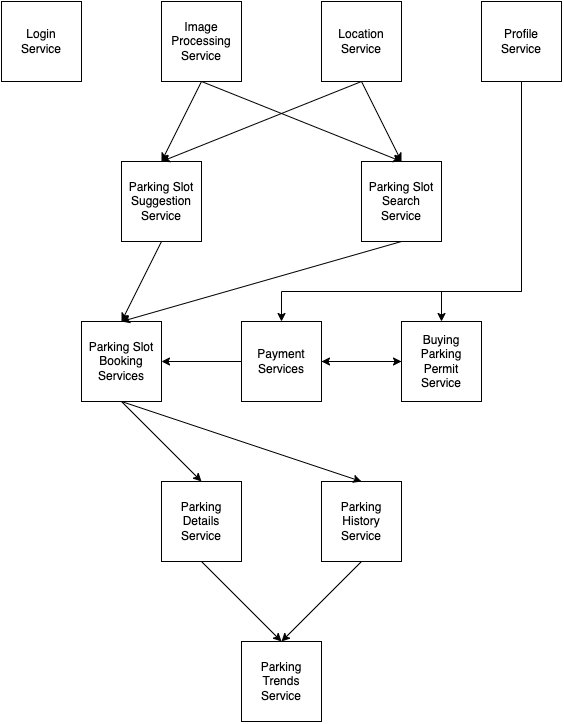
Above: images/project-2/Dependencies.png in vraghavi/mousai (draw.io), before the change. Source tidied: cells renumbered, new cells last; positions are measured from the earlier drawing's top-left corner, leaving out a move shared by most shapes.
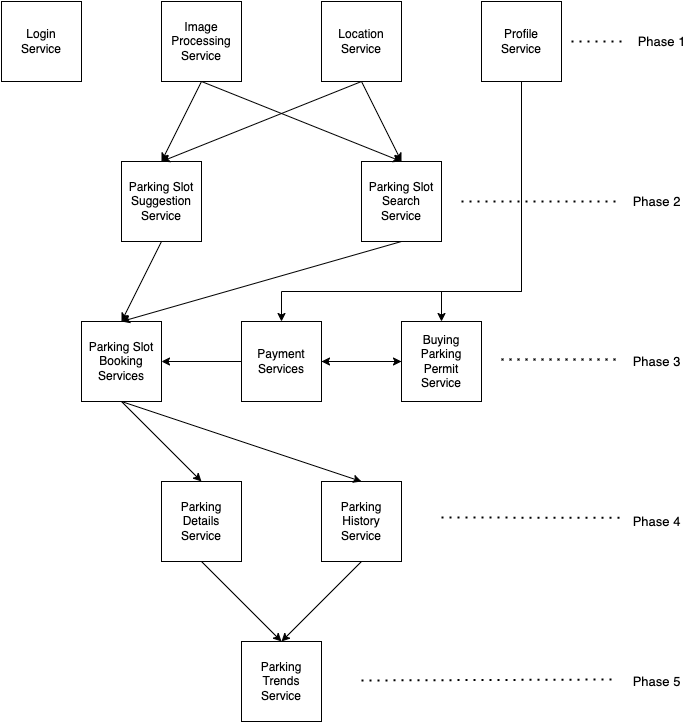
The same diagram one commit later.

What changed in the source:
```diff
@@ -107,5 +107,45 @@
         <mxPoint x="280" y="640" as="targetPoint" />
       </mxGeometry>
     </mxCell>
+    <mxCell id="29" value="&lt;font style=&quot;font-size: 13px;&quot;&gt;Phase 1&lt;/font&gt;" style="text;html=1;align=center;verticalAlign=middle;points=[];strokeColor=none;fillColor=none;" parent="1" vertex="1">
+      <mxGeometry x="625" y="25" width="70" height="30" as="geometry" />
+    </mxCell>
+    <mxCell id="30" value="Phase 2" style="text;html=1;align=center;verticalAlign=middle;points=[];strokeColor=none;fillColor=none;fontSize=13;" parent="1" vertex="1">
+      <mxGeometry x="620" y="185" width="70" height="30" as="geometry" />
+    </mxCell>
+    <mxCell id="31" value="Phase 3" style="text;html=1;align=center;verticalAlign=middle;points=[];strokeColor=none;fillColor=none;fontSize=13;" parent="1" vertex="1">
+      <mxGeometry x="620" y="345" width="70" height="30" as="geometry" />
+    </mxCell>
+    <mxCell id="32" value="Phase 4" style="text;html=1;align=center;verticalAlign=middle;points=[];strokeColor=none;fillColor=none;fontSize=13;" parent="1" vertex="1">
+      <mxGeometry x="620" y="505" width="70" height="30" as="geometry" />
+    </mxCell>
+    <mxCell id="33" value="Phase 5" style="text;html=1;align=center;verticalAlign=middle;points=[];strokeColor=none;fillColor=none;fontSize=13;" parent="1" vertex="1">
+      <mxGeometry x="620" y="665" width="70" height="30" as="geometry" />
+    </mxCell>
+    <mxCell id="34" style="endArrow=none;dashed=1;html=1;dashPattern=1 3;strokeWidth=2;rounded=0;" parent="1" edge="1" target="29">
+      <mxGeometry relative="1" as="geometry">
+        <mxPoint x="570" y="40" as="sourcePoint" />
+      </mxGeometry>
+    </mxCell>
+    <mxCell id="35" style="endArrow=none;dashed=1;html=1;dashPattern=1 3;strokeWidth=2;rounded=0;" parent="1" edge="1" target="30">
+      <mxGeometry relative="1" as="geometry">
+        <mxPoint x="460" y="200" as="sourcePoint" />
+      </mxGeometry>
+    </mxCell>
+    <mxCell id="36" style="endArrow=none;dashed=1;html=1;dashPattern=1 3;strokeWidth=2;rounded=0;entryX=-0.029;entryY=0.433;entryDx=0;entryDy=0;entryPerimeter=0;" parent="1" edge="1" target="31">
+      <mxGeometry relative="1" as="geometry">
+        <mxPoint x="500" y="358" as="sourcePoint" />
+      </mxGeometry>
+    </mxCell>
+    <mxCell id="37" style="endArrow=none;dashed=1;html=1;dashPattern=1 3;strokeWidth=2;rounded=0;entryX=-0.029;entryY=0.378;entryDx=0;entryDy=0;entryPerimeter=0;" parent="1" edge="1" target="32">
+      <mxGeometry relative="1" as="geometry">
+        <mxPoint x="440" y="516" as="sourcePoint" />
+      </mxGeometry>
+    </mxCell>
+    <mxCell id="38" style="endArrow=none;dashed=1;html=1;dashPattern=1 3;strokeWidth=2;rounded=0;entryX=-0.1;entryY=0.433;entryDx=0;entryDy=0;entryPerimeter=0;" parent="1" edge="1" target="33">
+      <mxGeometry relative="1" as="geometry">
+        <mxPoint x="360" y="679" as="sourcePoint" />
+      </mxGeometry>
+    </mxCell>
   </root>
 </mxGraphModel>
```
